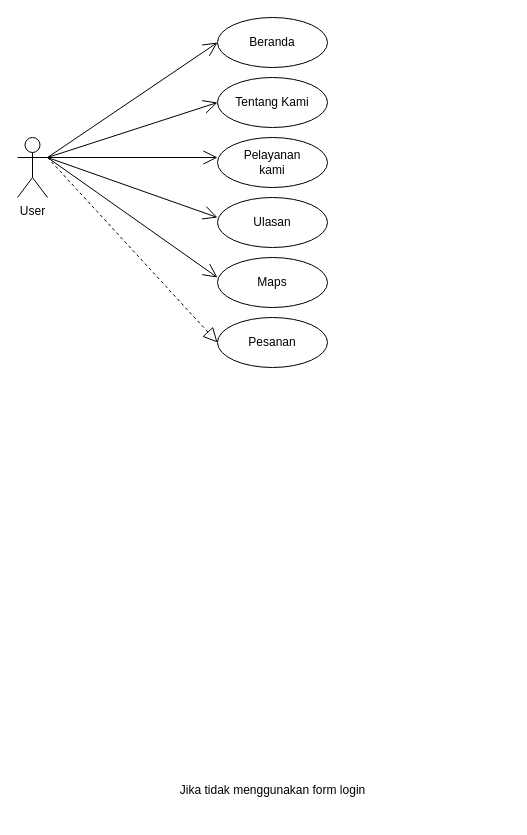
Jeremia0910/SJSI keeps this draw.io diagram as page "Page-58" (57 of 62) of Untitled Diagram.drawio. Above is the earlier version. Source tidied: cells renumbered, new cells numbered last; positions are measured from the earlier drawing's top-left corner, leaving out a move shared by most shapes. Both pictures are drawn from the tidied source at 100%, with x=0, y=0 at pixel (17, 17).
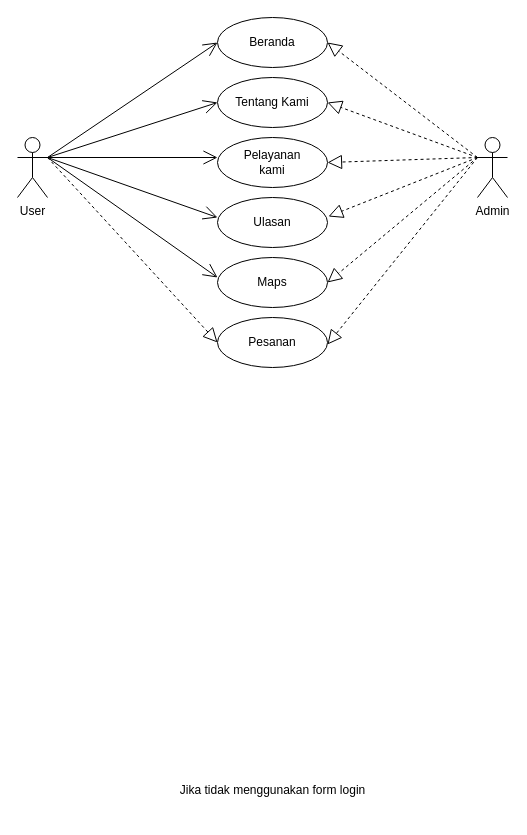
Above is the later version.

Unchanged cells that the change refers to:
```xml
<mxCell id="2" value="Beranda" style="ellipse;whiteSpace=wrap;html=1;" parent="1" vertex="1">
  <mxGeometry x="200" width="110" height="50" as="geometry" />
</mxCell>
<mxCell id="4" value="Tentang Kami" style="ellipse;whiteSpace=wrap;html=1;" parent="1" vertex="1">
  <mxGeometry x="200" y="60" width="110" height="50" as="geometry" />
</mxCell>
<mxCell id="5" value="&lt;div&gt;Pelayanan &lt;br&gt;&lt;/div&gt;&lt;div&gt;kami&lt;br&gt;&lt;/div&gt;" style="ellipse;whiteSpace=wrap;html=1;" parent="1" vertex="1">
  <mxGeometry x="200" y="120" width="110" height="50" as="geometry" />
</mxCell>
<mxCell id="6" value="Ulasan" style="ellipse;whiteSpace=wrap;html=1;" parent="1" vertex="1">
  <mxGeometry x="200" y="180" width="110" height="50" as="geometry" />
</mxCell>
<mxCell id="7" value="Maps" style="ellipse;whiteSpace=wrap;html=1;" parent="1" vertex="1">
  <mxGeometry x="200" y="240" width="110" height="50" as="geometry" />
</mxCell>
```

The edit, as a diff of the source:
```diff
@@
+    <mxCell id="16" value="Admin" style="shape=umlActor;verticalLabelPosition=bottom;verticalAlign=top;html=1;outlineConnect=0;" parent="1" vertex="1">
+      <mxGeometry x="460" y="120" width="30" height="60" as="geometry" />
+    </mxCell>
+    <mxCell id="17" style="endArrow=block;dashed=1;endFill=0;endSize=12;html=1;rounded=0;exitX=0;exitY=0.3333333333333333;exitDx=0;exitDy=0;exitPerimeter=0;entryX=1;entryY=0.5;entryDx=0;entryDy=0;" parent="1" edge="1" source="16" target="2">
+      <mxGeometry relative="1" as="geometry" />
+    </mxCell>
+    <mxCell id="18" style="endArrow=block;dashed=1;endFill=0;endSize=12;html=1;rounded=0;entryX=1;entryY=0.5;entryDx=0;entryDy=0;exitX=0;exitY=0.3333333333333333;exitDx=0;exitDy=0;exitPerimeter=0;" parent="1" edge="1" source="16" target="7">
+      <mxGeometry relative="1" as="geometry" />
+    </mxCell>
+    <mxCell id="19" style="endArrow=block;dashed=1;endFill=0;endSize=12;html=1;rounded=0;entryX=1;entryY=0.5;entryDx=0;entryDy=0;" parent="1" edge="1" target="4">
+      <mxGeometry relative="1" as="geometry">
+        <mxPoint x="460" y="140" as="sourcePoint" />
+      </mxGeometry>
+    </mxCell>
+    <mxCell id="20" style="endArrow=block;dashed=1;endFill=0;endSize=12;html=1;rounded=0;entryX=1;entryY=0.5;entryDx=0;entryDy=0;" parent="1" edge="1" target="5">
+      <mxGeometry relative="1" as="geometry">
+        <mxPoint x="460" y="140" as="sourcePoint" />
+      </mxGeometry>
+    </mxCell>
+    <mxCell id="21" style="endArrow=block;dashed=1;endFill=0;endSize=12;html=1;rounded=0;entryX=1.009;entryY=0.38;entryDx=0;entryDy=0;entryPerimeter=0;" parent="1" edge="1" target="6">
+      <mxGeometry relative="1" as="geometry">
+        <mxPoint x="460" y="140" as="sourcePoint" />
+      </mxGeometry>
+    </mxCell>
+    <mxCell id="22" style="endArrow=block;dashed=1;endFill=0;endSize=12;html=1;rounded=0;entryX=1;entryY=0.5;entryDx=0;entryDy=0;exitX=0;exitY=0.3333333333333333;exitDx=0;exitDy=0;exitPerimeter=0;" parent="1" edge="1" source="16">
+      <mxGeometry relative="1" as="geometry">
+        <mxPoint x="310" y="327" as="targetPoint" />
+      </mxGeometry>
+    </mxCell>
```
